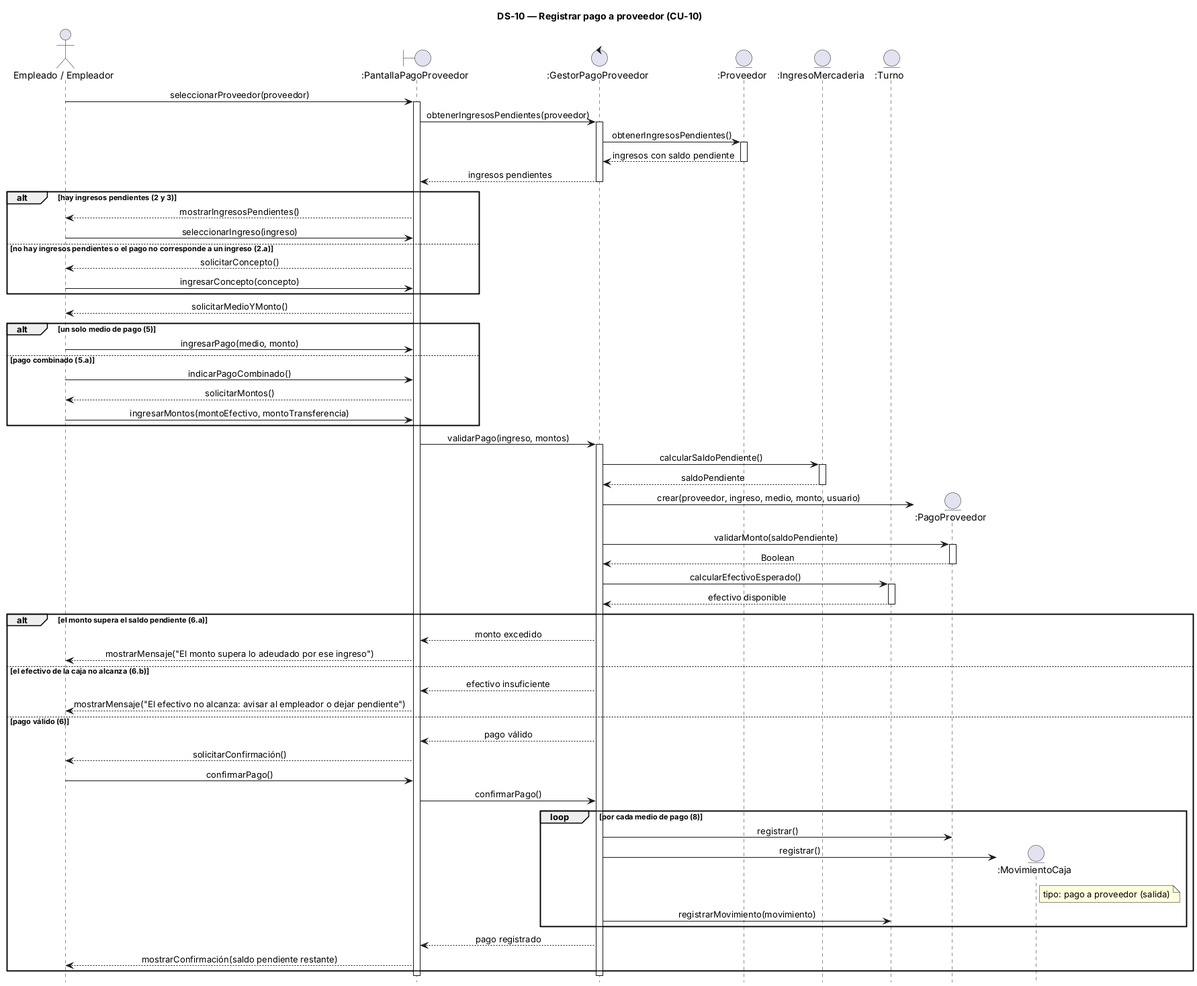
alanbalzaretti123/control-de-stock1 keeps this PlantUML diagram as 08-Diagrama De Secuencia/DS-10 Registrar pago a proveedor.png. Above is the earlier version. Its diagram source:
```plantuml
@startuml
title DS-10 — Registrar pago a proveedor (CU-10)
hide footbox
skinparam sequenceMessageAlign center
skinparam responseMessageBelowArrow true

actor "Empleado / Empleador" as U
boundary ":PantallaPagoProveedor" as P
control ":GestorPagoProveedor" as G
entity ":Proveedor" as PV
entity ":IngresoMercaderia" as I
entity ":Turno" as T

U -> P : seleccionarProveedor(proveedor)
activate P
P -> G : obtenerIngresosPendientes(proveedor)
activate G
G -> PV : obtenerIngresosPendientes()
activate PV
PV --> G : ingresos con saldo pendiente
deactivate PV
G --> P : ingresos pendientes
deactivate G

alt hay ingresos pendientes (2 y 3)
  P --> U : mostrarIngresosPendientes()
  U -> P : seleccionarIngreso(ingreso)
else no hay ingresos pendientes o el pago no corresponde a un ingreso (2.a)
  P --> U : solicitarConcepto()
  U -> P : ingresarConcepto(concepto)
end

P --> U : solicitarMedioYMonto()
alt un solo medio de pago (5)
  U -> P : ingresarPago(medio, monto)
else pago combinado (5.a)
  U -> P : indicarPagoCombinado()
  P --> U : solicitarMontos()
  U -> P : ingresarMontos(montoEfectivo, montoTransferencia)
end

P -> G : validarPago(ingreso, montos)
activate G
G -> I : calcularSaldoPendiente()
activate I
I --> G : saldoPendiente
deactivate I
create entity ":PagoProveedor" as PP
G -> PP : crear(proveedor, ingreso, medio, monto, usuario)
G -> PP : validarMonto(saldoPendiente)
activate PP
PP --> G : Boolean
deactivate PP
G -> T : calcularEfectivoEsperado()
activate T
T --> G : efectivo disponible
deactivate T

alt el monto supera el saldo pendiente (6.a)
  G --> P : monto excedido
  P --> U : mostrarMensaje("El monto supera lo adeudado por ese ingreso")
else el efectivo de la caja no alcanza (6.b)
  G --> P : efectivo insuficiente
  P --> U : mostrarMensaje("El efectivo no alcanza: avisar al empleador o dejar pendiente")
else pago válido (6)
  G --> P : pago válido
  P --> U : solicitarConfirmación()
  U -> P : confirmarPago()
  P -> G : confirmarPago()
  loop por cada medio de pago (8)
    G -> PP : registrar()
    create entity ":MovimientoCaja" as M
    G -> M : registrar()
    note right of M : tipo: pago a proveedor (salida)
    G -> T : registrarMovimiento(movimiento)
  end
  G --> P : pago registrado
  P --> U : mostrarConfirmación(saldo pendiente restante)
end

deactivate G
deactivate P
@enduml
```
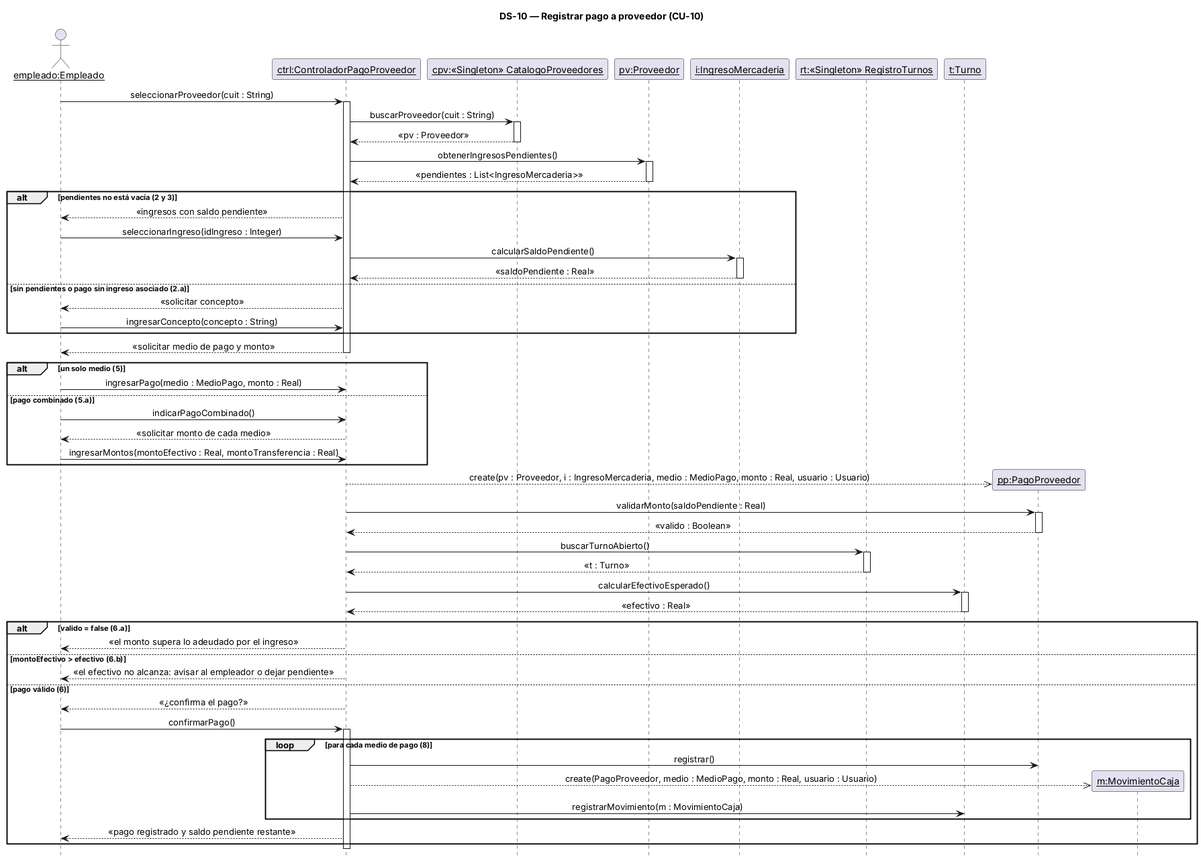
After the change.

The edit, as a diff of the source:
```diff
@@ -3,81 +3,79 @@
 hide footbox
 skinparam sequenceMessageAlign center
 skinparam responseMessageBelowArrow true
+skinparam sequenceParticipant underline
 
-actor "Empleado / Empleador" as U
-boundary ":PantallaPagoProveedor" as P
-control ":GestorPagoProveedor" as G
-entity ":Proveedor" as PV
-entity ":IngresoMercaderia" as I
-entity ":Turno" as T
+actor "empleado:Empleado" as U
+participant "ctrl:ControladorPagoProveedor" as C
+participant "cpv:«Singleton» CatalogoProveedores" as CPV
+participant "pv:Proveedor" as PV
+participant "i:IngresoMercaderia" as I
+participant "rt:«Singleton» RegistroTurnos" as RT
+participant "t:Turno" as T
 
-U -> P : seleccionarProveedor(proveedor)
-activate P
-P -> G : obtenerIngresosPendientes(proveedor)
-activate G
-G -> PV : obtenerIngresosPendientes()
+U -> C : seleccionarProveedor(cuit : String)
+activate C
+C -> CPV : buscarProveedor(cuit : String)
+activate CPV
+CPV --> C : «pv : Proveedor»
+deactivate CPV
+C -> PV : obtenerIngresosPendientes()
 activate PV
-PV --> G : ingresos con saldo pendiente
+PV --> C : «pendientes : List<IngresoMercaderia>»
 deactivate PV
-G --> P : ingresos pendientes
-deactivate G
+alt pendientes no está vacía (2 y 3)
+  C --> U : «ingresos con saldo pendiente»
+  U -> C : seleccionarIngreso(idIngreso : Integer)
+  C -> I : calcularSaldoPendiente()
+  activate I
+  I --> C : «saldoPendiente : Real»
+  deactivate I
+else sin pendientes o pago sin ingreso asociado (2.a)
+  C --> U : «solicitar concepto»
+  U -> C : ingresarConcepto(concepto : String)
+end
+C --> U : «solicitar medio de pago y monto»
+deactivate C
 
-alt hay ingresos pendientes (2 y 3)
-  P --> U : mostrarIngresosPendientes()
-  U -> P : seleccionarIngreso(ingreso)
-else no hay ingresos pendientes o el pago no corresponde a un ingreso (2.a)
-  P --> U : solicitarConcepto()
-  U -> P : ingresarConcepto(concepto)
+alt un solo medio (5)
+  U -> C : ingresarPago(medio : MedioPago, monto : Real)
+else pago combinado (5.a)
+  U -> C : indicarPagoCombinado()
+  C --> U : «solicitar monto de cada medio»
+  U -> C : ingresarMontos(montoEfectivo : Real, montoTransferencia : Real)
 end
-
-P --> U : solicitarMedioYMonto()
-alt un solo medio de pago (5)
-  U -> P : ingresarPago(medio, monto)
-else pago combinado (5.a)
-  U -> P : indicarPagoCombinado()
-  P --> U : solicitarMontos()
-  U -> P : ingresarMontos(montoEfectivo, montoTransferencia)
-end
-
-P -> G : validarPago(ingreso, montos)
-activate G
-G -> I : calcularSaldoPendiente()
-activate I
-I --> G : saldoPendiente
-deactivate I
-create entity ":PagoProveedor" as PP
-G -> PP : crear(proveedor, ingreso, medio, monto, usuario)
-G -> PP : validarMonto(saldoPendiente)
+activate C
+create participant "pp:PagoProveedor" as PP
+C -->> PP : create(pv : Proveedor, i : IngresoMercaderia, medio : MedioPago, monto : Real, usuario : Usuario)
+C -> PP : validarMonto(saldoPendiente : Real)
 activate PP
-PP --> G : Boolean
+PP --> C : «valido : Boolean»
 deactivate PP
-G -> T : calcularEfectivoEsperado()
+C -> RT : buscarTurnoAbierto()
+activate RT
+RT --> C : «t : Turno»
+deactivate RT
+C -> T : calcularEfectivoEsperado()
 activate T
-T --> G : efectivo disponible
+T --> C : «efectivo : Real»
 deactivate T
 
-alt el monto supera el saldo pendiente (6.a)
-  G --> P : monto excedido
-  P --> U : mostrarMensaje("El monto supera lo adeudado por ese ingreso")
-else el efectivo de la caja no alcanza (6.b)
-  G --> P : efectivo insuficiente
-  P --> U : mostrarMensaje("El efectivo no alcanza: avisar al empleador o dejar pendiente")
+alt valido = false (6.a)
+  C --> U : «el monto supera lo adeudado por el ingreso»
+else montoEfectivo > efectivo (6.b)
+  C --> U : «el efectivo no alcanza: avisar al empleador o dejar pendiente»
 else pago válido (6)
-  G --> P : pago válido
-  P --> U : solicitarConfirmación()
-  U -> P : confirmarPago()
-  P -> G : confirmarPago()
-  loop por cada medio de pago (8)
-    G -> PP : registrar()
-    create entity ":MovimientoCaja" as M
-    G -> M : registrar()
-    note right of M : tipo: pago a proveedor (salida)
-    G -> T : registrarMovimiento(movimiento)
+  C --> U : «¿confirma el pago?»
+  deactivate C
+  U -> C : confirmarPago()
+  activate C
+  loop para cada medio de pago (8)
+    C -> PP : registrar()
+    create participant "m:MovimientoCaja" as M
+    C -->> M : create(PagoProveedor, medio : MedioPago, monto : Real, usuario : Usuario)
+    C -> T : registrarMovimiento(m : MovimientoCaja)
   end
-  G --> P : pago registrado
-  P --> U : mostrarConfirmación(saldo pendiente restante)
+  C --> U : «pago registrado y saldo pendiente restante»
 end
-
-deactivate G
-deactivate P
+deactivate C
 @enduml
```
